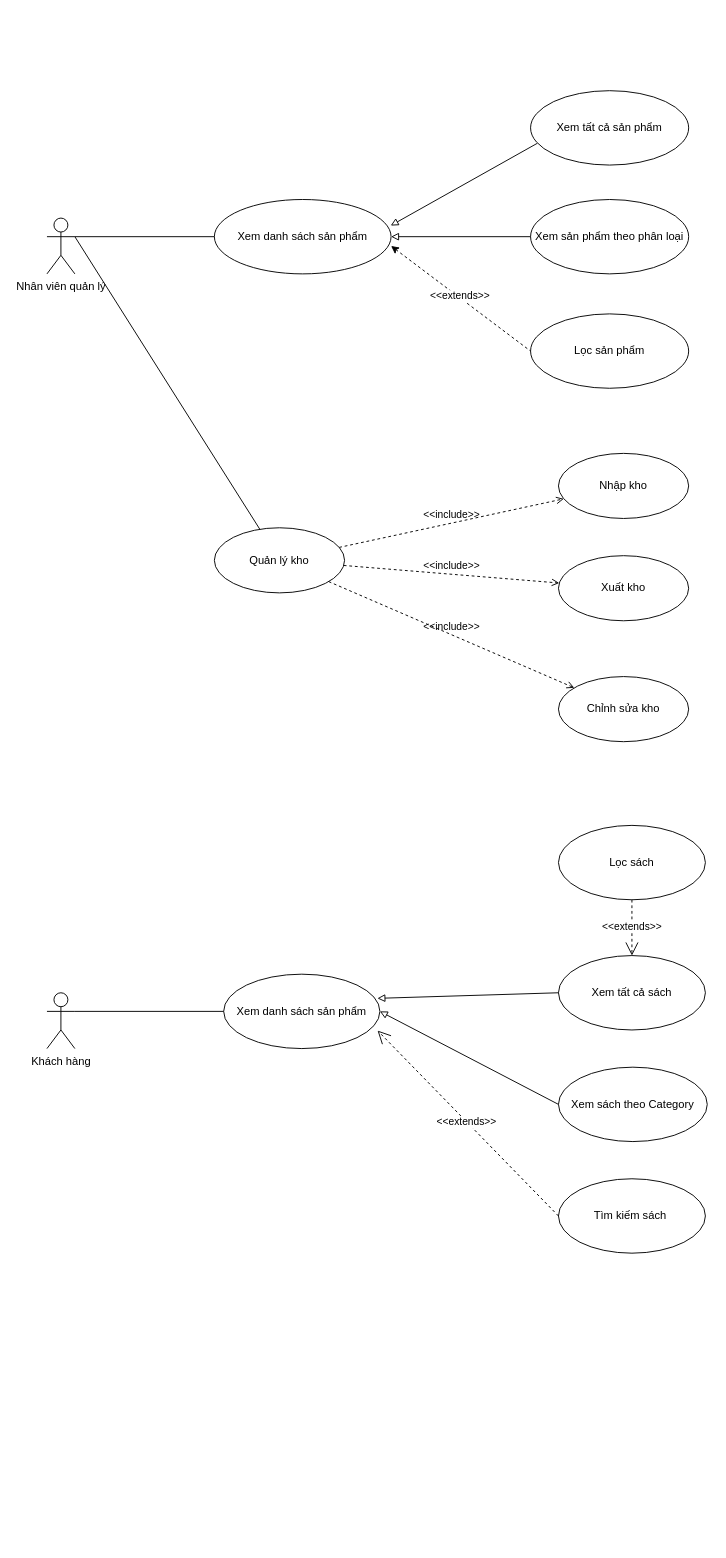
The draw.io diagram Documents/Usecase_BookStore.drawio in nphuonha2101/BookStore_Software-Engineering, before the edit. Source tidied: cells renumbered, new cells numbered last; positions are measured from the earlier drawing's top-left corner, leaving out a move shared by most shapes. Both pictures are drawn from the tidied source at 93%, with x=0, y=0 at pixel (46, 90).
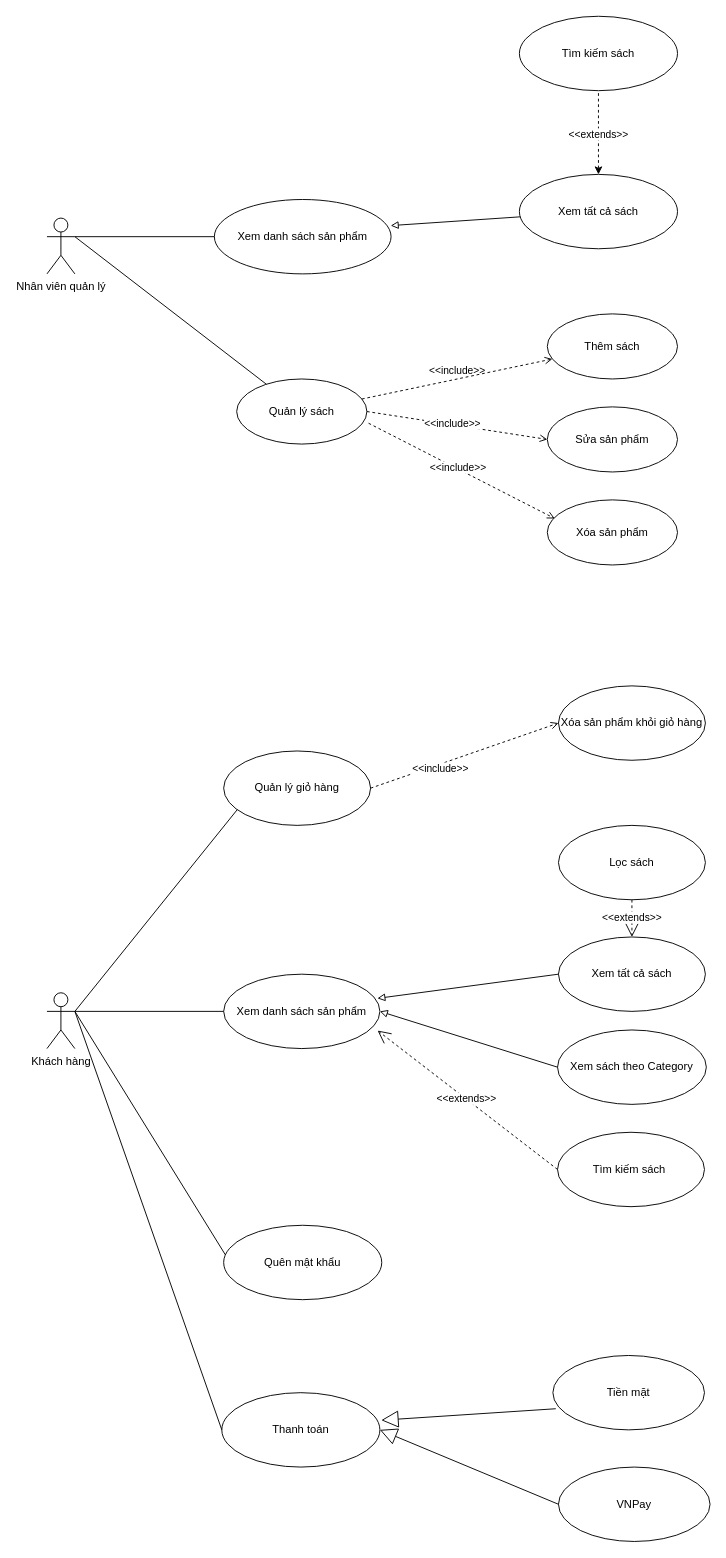
The same diagram, later.

The change refers to these unchanged cells:
```xml
<mxCell id="3" value="Xem danh sách sản phẩm" style="ellipse;whiteSpace=wrap;html=1;" parent="1" vertex="1">
  <mxGeometry x="180" y="117" width="190" height="80" as="geometry" />
</mxCell>
<mxCell id="20" value="Khách hàng" style="shape=umlActor;verticalLabelPosition=bottom;verticalAlign=top;html=1;" parent="1" vertex="1">
  <mxGeometry y="970" width="30" height="60" as="geometry" />
</mxCell>
```

The edit, as a diff of the source:
```diff
@@
-    <mxCell id="5" value="Xem tất cả sản phẩm" style="ellipse;whiteSpace=wrap;html=1;" parent="1" vertex="1">
-      <mxGeometry x="520" width="170" height="80" as="geometry" />
+    <mxCell id="5" value="Xem tất cả sách" style="ellipse;whiteSpace=wrap;html=1;" parent="1" vertex="1">
+      <mxGeometry x="508" y="90" width="170" height="80" as="geometry" />
     </mxCell>
-    <mxCell id="6" style="endArrow=none;html=1;rounded=0;entryX=0.042;entryY=0.708;entryDx=0;entryDy=0;entryPerimeter=0;exitX=0.998;exitY=0.351;exitDx=0;exitDy=0;startArrow=block;startFill=0;exitPerimeter=0;" parent="1" edge="1" source="3" target="5">
+    <mxCell id="6" style="endArrow=none;html=1;rounded=0;exitX=0.998;exitY=0.351;exitDx=0;exitDy=0;startArrow=block;startFill=0;exitPerimeter=0;" parent="1" edge="1" source="3" target="5">
       <mxGeometry relative="1" as="geometry" />
     </mxCell>
-    <mxCell id="7" value="Xem sản phẩm theo phân loại" style="ellipse;whiteSpace=wrap;html=1;" parent="1" vertex="1">
-      <mxGeometry x="520" y="117" width="170" height="80" as="geometry" />
-    </mxCell>
-    <mxCell id="8" style="endArrow=none;html=1;rounded=0;entryX=0;entryY=0.5;entryDx=0;entryDy=0;exitX=1;exitY=0.5;exitDx=0;exitDy=0;startArrow=block;startFill=0;" parent="1" edge="1" source="3" target="7">
-      <mxGeometry relative="1" as="geometry" />
-    </mxCell>
-    <mxCell id="9" value="Lọc sản phẩm" style="ellipse;whiteSpace=wrap;html=1;" parent="1" vertex="1">
-      <mxGeometry x="520" y="240" width="170" height="80" as="geometry" />
+    <mxCell id="9" value="Tìm kiếm sách" style="ellipse;whiteSpace=wrap;html=1;" parent="1" vertex="1">
+      <mxGeometry x="508" y="-80" width="170" height="80" as="geometry" />
     </mxCell>
-    <mxCell id="10" style="endArrow=none;html=1;rounded=0;exitX=1;exitY=0.625;exitDx=0;exitDy=0;exitPerimeter=0;entryX=0;entryY=0.5;entryDx=0;entryDy=0;dashed=1;startArrow=classic;startFill=1;" parent="1" edge="1" source="3" target="9">
+    <mxCell id="10" style="endArrow=none;html=1;rounded=0;exitX=0.5;exitY=0;exitDx=0;exitDy=0;entryX=0.5;entryY=1;entryDx=0;entryDy=0;dashed=1;startArrow=classic;startFill=1;" parent="1" edge="1" source="5" target="9">
       <mxGeometry relative="1" as="geometry" />
     </mxCell>
@@
-    <mxCell id="12" value="Quản lý kho" style="ellipse;whiteSpace=wrap;html=1;" parent="1" vertex="1">
-      <mxGeometry x="180" y="470" width="140" height="70" as="geometry" />
+    <mxCell id="12" value="Quản lý sách" style="ellipse;whiteSpace=wrap;html=1;" parent="1" vertex="1">
+      <mxGeometry x="204" y="310" width="140" height="70" as="geometry" />
     </mxCell>
@@
-    <mxCell id="14" value="Nhập kho" style="ellipse;whiteSpace=wrap;html=1;" parent="1" vertex="1">
-      <mxGeometry x="550" y="390" width="140" height="70" as="geometry" />
+    <mxCell id="14" value="Thêm sách" style="ellipse;whiteSpace=wrap;html=1;" parent="1" vertex="1">
+      <mxGeometry x="538" y="240" width="140" height="70" as="geometry" />
     </mxCell>
-    <mxCell id="15" value="Xuất kho" style="ellipse;whiteSpace=wrap;html=1;" parent="1" vertex="1">
-      <mxGeometry x="550" y="500" width="140" height="70" as="geometry" />
-    </mxCell>
-    <mxCell id="16" value="Chỉnh sửa&lt;span style=&quot;background-color: initial;&quot;&gt;&amp;nbsp;kho&lt;/span&gt;" style="ellipse;whiteSpace=wrap;html=1;" parent="1" vertex="1">
-      <mxGeometry x="550" y="630" width="140" height="70" as="geometry" />
-    </mxCell>
@@
-    <mxCell id="18" value="&amp;lt;&amp;lt;include&amp;gt;&amp;gt;" style="edgeStyle=none;html=1;endArrow=open;verticalAlign=bottom;dashed=1;labelBackgroundColor=none;rounded=0;" parent="1" edge="1" source="12" target="15">
-      <mxGeometry relative="1" as="geometry" />
-    </mxCell>
-    <mxCell id="19" value="&amp;lt;&amp;lt;include&amp;gt;&amp;gt;" style="edgeStyle=none;html=1;endArrow=open;verticalAlign=bottom;dashed=1;labelBackgroundColor=none;rounded=0;" parent="1" edge="1" source="12" target="16">
-      <mxGeometry relative="1" as="geometry" />
-    </mxCell>
@@
     <mxCell id="22" value="Xem tất cả sách" style="ellipse;whiteSpace=wrap;html=1;" parent="1" vertex="1">
-      <mxGeometry x="550" y="930" width="158" height="80" as="geometry" />
+      <mxGeometry x="550" y="910" width="158" height="80" as="geometry" />
     </mxCell>
     <mxCell id="23" value="Xem sách theo Category" style="ellipse;whiteSpace=wrap;html=1;" parent="1" vertex="1">
-      <mxGeometry x="550" y="1050" width="160" height="80" as="geometry" />
+      <mxGeometry x="549" y="1010" width="160" height="80" as="geometry" />
     </mxCell>
@@
     <mxCell id="25" value="Tìm kiếm sách&amp;nbsp;" style="ellipse;whiteSpace=wrap;html=1;" parent="1" vertex="1">
-      <mxGeometry x="550" y="1170" width="158" height="80" as="geometry" />
+      <mxGeometry x="549" y="1120" width="158" height="80" as="geometry" />
     </mxCell>
@@
+    <mxCell id="33" value="Sửa sản phẩm" style="ellipse;whiteSpace=wrap;html=1;" parent="1" vertex="1">
+      <mxGeometry x="538" y="340" width="140" height="70" as="geometry" />
+    </mxCell>
+    <mxCell id="34" value="Xóa sản phẩm" style="ellipse;whiteSpace=wrap;html=1;" parent="1" vertex="1">
+      <mxGeometry x="538" y="440" width="140" height="70" as="geometry" />
+    </mxCell>
+    <mxCell id="35" style="endArrow=open;dashed=1;html=1;rounded=0;entryX=0;entryY=0.5;entryDx=0;entryDy=0;exitX=1;exitY=0.5;exitDx=0;exitDy=0;endFill=0;" parent="1" edge="1" source="12" target="33">
+      <mxGeometry relative="1" as="geometry" />
+    </mxCell>
+    <mxCell id="36" value="&amp;lt;&amp;lt;include&amp;gt;&amp;gt;" style="edgeLabel;html=1;align=center;verticalAlign=middle;" parent="35" vertex="1">
+      <mxGeometry x="-0.06" y="2" relative="1" as="geometry" />
+    </mxCell>
+    <mxCell id="37" style="endArrow=open;dashed=1;html=1;rounded=0;entryX=0.057;entryY=0.286;entryDx=0;entryDy=0;entryPerimeter=0;exitX=1.013;exitY=0.68;exitDx=0;exitDy=0;exitPerimeter=0;endFill=0;" parent="1" edge="1" source="12" target="34">
+      <mxGeometry relative="1" as="geometry" />
+    </mxCell>
+    <mxCell id="38" value="&amp;lt;&amp;lt;include&amp;gt;&amp;gt;" style="edgeLabel;html=1;align=center;verticalAlign=middle;" parent="37" vertex="1">
+      <mxGeometry x="-0.06" y="2" relative="1" as="geometry" />
+    </mxCell>
+    <mxCell id="39" value="Quên mật khẩu" style="ellipse;whiteSpace=wrap;html=1;" parent="1" vertex="1">
+      <mxGeometry x="190" y="1220" width="170" height="80" as="geometry" />
+    </mxCell>
+    <mxCell id="40" value="Thanh toán" style="ellipse;whiteSpace=wrap;html=1;" parent="1" vertex="1">
+      <mxGeometry x="188" y="1400" width="170" height="80" as="geometry" />
+    </mxCell>
+    <mxCell id="41" value="Tiền mặt" style="ellipse;whiteSpace=wrap;html=1;" parent="1" vertex="1">
+      <mxGeometry x="544" y="1360" width="163" height="80" as="geometry" />
+    </mxCell>
+    <mxCell id="42" value="VNPay" style="ellipse;whiteSpace=wrap;html=1;" parent="1" vertex="1">
+      <mxGeometry x="550" y="1480" width="163" height="80" as="geometry" />
+    </mxCell>
+    <mxCell id="43" style="endArrow=block;endSize=16;endFill=0;html=1;rounded=0;exitX=0;exitY=0.5;exitDx=0;exitDy=0;" parent="1" edge="1" source="42">
+      <mxGeometry relative="1" as="geometry">
+        <mxPoint x="358" y="1440" as="targetPoint" />
+      </mxGeometry>
+    </mxCell>
+    <mxCell id="44" style="endArrow=block;endSize=16;endFill=0;html=1;rounded=0;exitX=0.019;exitY=0.716;exitDx=0;exitDy=0;exitPerimeter=0;entryX=1.009;entryY=0.37;entryDx=0;entryDy=0;entryPerimeter=0;" parent="1" edge="1" source="41" target="40">
+      <mxGeometry relative="1" as="geometry" />
+    </mxCell>
+    <mxCell id="45" style="endArrow=none;html=1;rounded=0;entryX=0.011;entryY=0.398;entryDx=0;entryDy=0;entryPerimeter=0;exitX=1;exitY=0.3333333333333333;exitDx=0;exitDy=0;exitPerimeter=0;" parent="1" edge="1" source="20" target="39">
+      <mxGeometry relative="1" as="geometry" />
+    </mxCell>
+    <mxCell id="46" style="endArrow=none;html=1;rounded=0;entryX=0;entryY=0.5;entryDx=0;entryDy=0;exitX=1;exitY=0.3333333333333333;exitDx=0;exitDy=0;exitPerimeter=0;" parent="1" edge="1" source="20" target="40">
+      <mxGeometry relative="1" as="geometry" />
+    </mxCell>
+    <mxCell id="47" value="Quản lý giỏ hàng" style="ellipse;whiteSpace=wrap;html=1;" parent="1" vertex="1">
+      <mxGeometry x="190" y="710" width="158" height="80" as="geometry" />
+    </mxCell>
+    <mxCell id="48" style="endArrow=none;endFill=0;endSize=24;html=1;rounded=0;exitX=1;exitY=0.3333333333333333;exitDx=0;exitDy=0;exitPerimeter=0;entryX=0.092;entryY=0.79;entryDx=0;entryDy=0;entryPerimeter=0;" parent="1" edge="1" source="20" target="47">
+      <mxGeometry relative="1" as="geometry" />
+    </mxCell>
+    <mxCell id="49" value="Xóa sản phẩm khỏi giỏ hàng" style="ellipse;whiteSpace=wrap;html=1;" parent="1" vertex="1">
+      <mxGeometry x="550" y="640" width="158" height="80" as="geometry" />
+    </mxCell>
+    <mxCell id="50" style="endArrow=open;html=1;rounded=0;entryX=0;entryY=0.5;entryDx=0;entryDy=0;exitX=1;exitY=0.5;exitDx=0;exitDy=0;dashed=1;endFill=0;" parent="1" edge="1" source="47" target="49">
+      <mxGeometry relative="1" as="geometry" />
+    </mxCell>
+    <mxCell id="51" value="&amp;lt;&amp;lt;include&amp;gt;&amp;gt;" style="edgeLabel;html=1;align=center;verticalAlign=middle;" parent="50" vertex="1">
+      <mxGeometry x="-0.29" y="-4" relative="1" as="geometry">
+        <mxPoint x="1" as="offset" />
+      </mxGeometry>
+    </mxCell>
```
